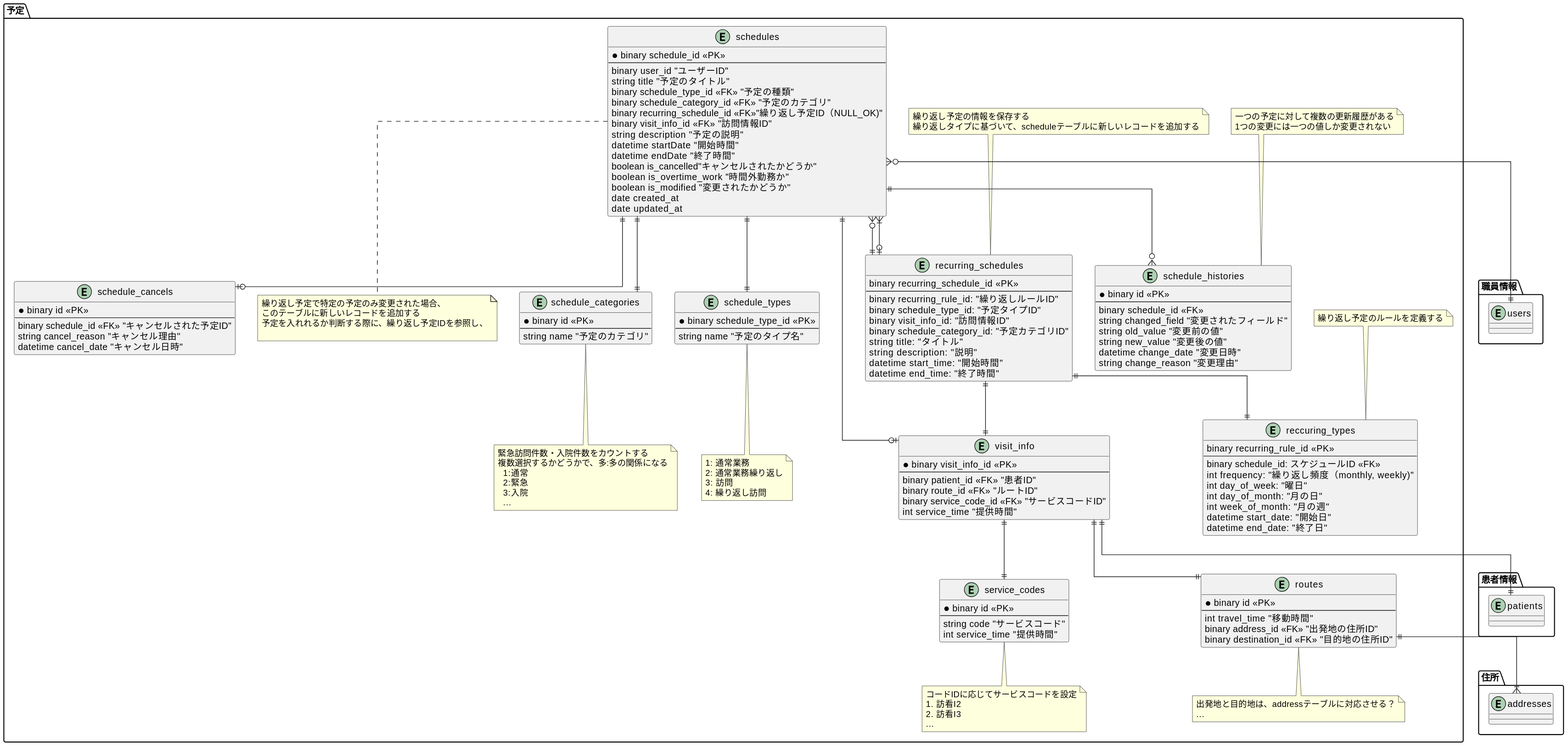
The PlantUML diagram src/diagrams-svg/ER/tables/schedules.svg in Fukuemon/buddy_design_docs, before a commit.
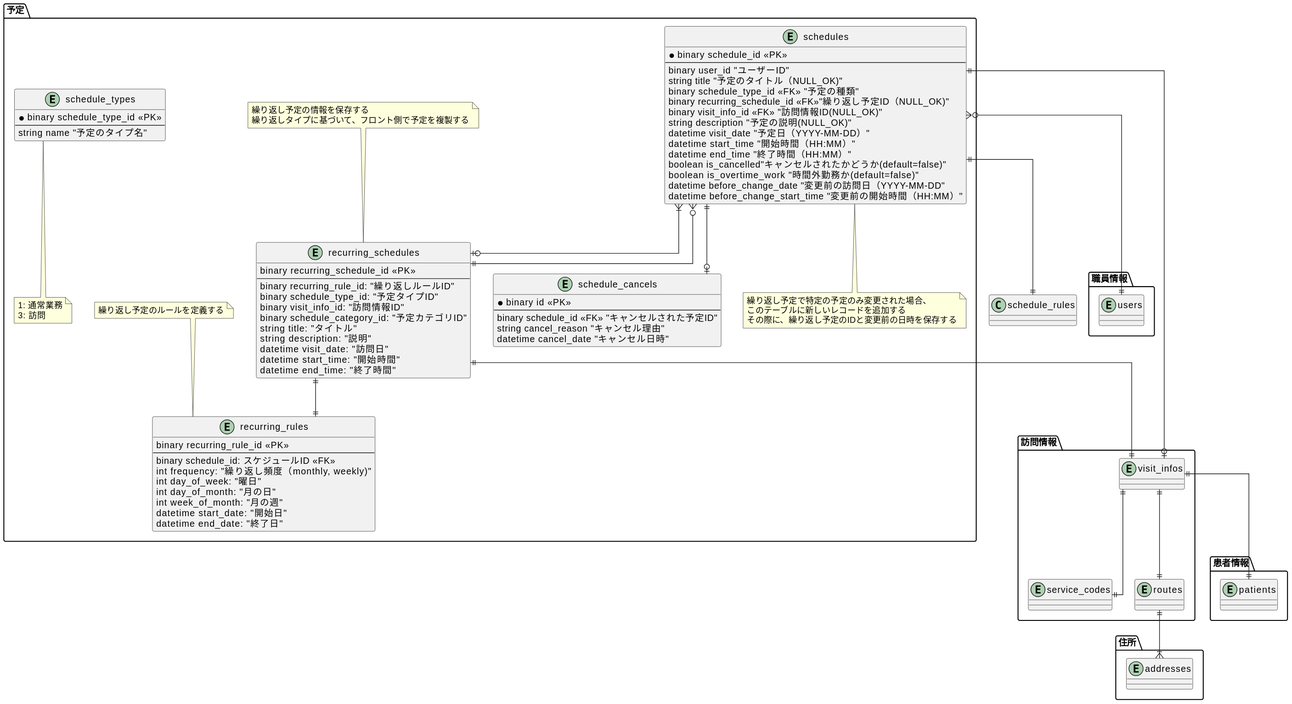
Later version of the same file.

Diff of the diagram source:
```diff
@@ -6,28 +6,25 @@
     * binary schedule_id <<PK>>
     --
     binary user_id "ユーザーID"
-    string title "予定のタイトル"
+    string title "予定のタイトル（NULL_OK)"
     binary schedule_type_id <<FK>> "予定の種類"
-    binary schedule_category_id <<FK>> "予定のカテゴリ"
     binary recurring_schedule_id <<FK>>"繰り返し予定ID（NULL_OK)"
-    binary visit_info_id <<FK>> "訪問情報ID"
-    string description "予定の説明"
-    datetime startDate "開始時間"
-    datetime endDate "終了時間"
-    boolean is_cancelled"キャンセルされたかどうか"
-    boolean is_overtime_work "時間外勤務か"
-    boolean is_modified "変更されたかどうか"
-    date created_at
-    date updated_at
+    binary visit_info_id <<FK>> "訪問情報ID(NULL_OK)"
+    string description "予定の説明(NULL_OK)"
+    datetime visit_date "予定日（YYYY-MM-DD）"
+    datetime start_time "開始時間（HH:MM）"
+    datetime end_time "終了時間（HH:MM）"
+    boolean is_cancelled"キャンセルされたかどうか(default=false)"
+    boolean is_overtime_work "時間外勤務か(default=false)"
+    datetime before_change_date "変更前の訪問日（YYYY-MM-DD"
+    datetime before_change_start_time "変更前の開始時間（HH:MM）"
   }
 
   note bottom of schedules
     繰り返し予定で特定の予定のみ変更された場合、
     このテーブルに新しいレコードを追加する
-    予定を入れれるか判断する際に、繰り返し予定IDを参照し、
-
+    その際に、繰り返し予定のIDと変更前の日時を保存する
   end note
-
 
   entity schedule_types {
     * binary schedule_type_id <<PK>>
@@ -37,24 +34,7 @@
 
   note bottom of schedule_types
     1: 通常業務
-    2: 通常業務繰り返し
     3: 訪問
-    4: 繰り返し訪問
-  end note
-
-  entity schedule_categories {
-    * binary id <<PK>>
-    --
-    string name "予定のカテゴリ"
-  }
-
-  note bottom of schedule_categories
-  緊急訪問件数・入院件数をカウントする
-  複数選択するかどうかで、多:多の関係になる
-    1:通常
-    2:緊急
-    3:入院
-    ...
   end note
 
   entity schedule_cancels {
@@ -65,58 +45,7 @@
     datetime cancel_date "キャンセル日時"
   }
 
-  entity schedule_histories {
-    * binary id <<PK>>
-    --
-    binary schedule_id <<FK>>
-    string changed_field "変更されたフィールド"
-    string old_value "変更前の値"
-    string new_value "変更後の値"
-    datetime change_date "変更日時"
-    string change_reason "変更理由"
-  }
-  note top of schedule_histories
-    一つの予定に対して複数の更新履歴がある
-    1つの変更には一つの値しか変更されない
-  end note
-
-  entity visit_info {
-    * binary visit_info_id <<PK>>
-    --
-    binary patient_id <<FK>> "患者ID"
-    binary route_id <<FK>> "ルートID"
-    binary service_code_id <<FK>> "サービスコードID"
-    int service_time "提供時間"
-  }
-
-  entity service_codes {
-    * binary id <<PK>>
-    --
-    string code "サービスコード"
-    int service_time "提供時間"
-  }
-  note bottom of service_codes
-    コードIDに応じてサービスコードを設定
-    1. 訪看I2
-    2. 訪看I3
-    ...
-  end note
-
-
-  entity routes {
-    * binary id <<PK>>
-    --
-    int travel_time "移動時間"
-    binary address_id <<FK>> "出発地の住所ID"
-    binary destination_id <<FK>> "目的地の住所ID"
-  }
-
-  note bottom of routes
-    出発地と目的地は、addressテーブルに対応させる？
-    ...
-  end note
-
-  entity reccuring_types {
+  entity recurring_rules {
     binary recurring_rule_id <<PK>>
     --
     binary schedule_id: スケジュールID <<FK>>
@@ -127,7 +56,7 @@
     datetime start_date: "開始日"
     datetime end_date: "終了日"
   }
-  note top of reccuring_types
+  note top of recurring_rules
   繰り返し予定のルールを定義する
   end note
 
@@ -140,12 +69,13 @@
     binary schedule_category_id: "予定カテゴリID"
     string title: "タイトル"
     string description: "説明"
+    datetime visit_date: "訪問日"
     datetime start_time: "開始時間"
     datetime end_time: "終了時間"
   }
   note top of recurring_schedules
     繰り返し予定の情報を保存する
-    繰り返しタイプに基づいて、scheduleテーブルに新しいレコードを追加する
+    繰り返しタイプに基づいて、フロント側で予定を複製する
   end note
 }
 
@@ -163,18 +93,25 @@
   }
 }
 
+package 訪問情報 {
+  entity visit_infos {
+  }
+  entity service_codes {
+  }
+  entity routes {
+  }
+}
+
 schedules }o--|| users
-schedules ||--o{ schedule_histories
 schedules ||--o| schedule_cancels
-schedules ||--|| schedule_types
-schedules ||--|| schedule_categories
+schedules ||--|| schedule_rules
 schedules }|--o| recurring_schedules
-schedules ||--o| visit_info
+schedules ||--o| visit_infos
 recurring_schedules ||--o{ schedules
-recurring_schedules ||--|| reccuring_types
-recurring_schedules ||--|| visit_info
-visit_info ||--|| service_codes
-visit_info ||--|| patients
-visit_info ||--|| routes
+recurring_schedules ||--|| recurring_rules
+recurring_schedules ||--|| visit_infos
+visit_infos ||--|| service_codes
+visit_infos ||--|| patients
+visit_infos ||--|| routes
 routes ||--|{ addresses
 @enduml
```
